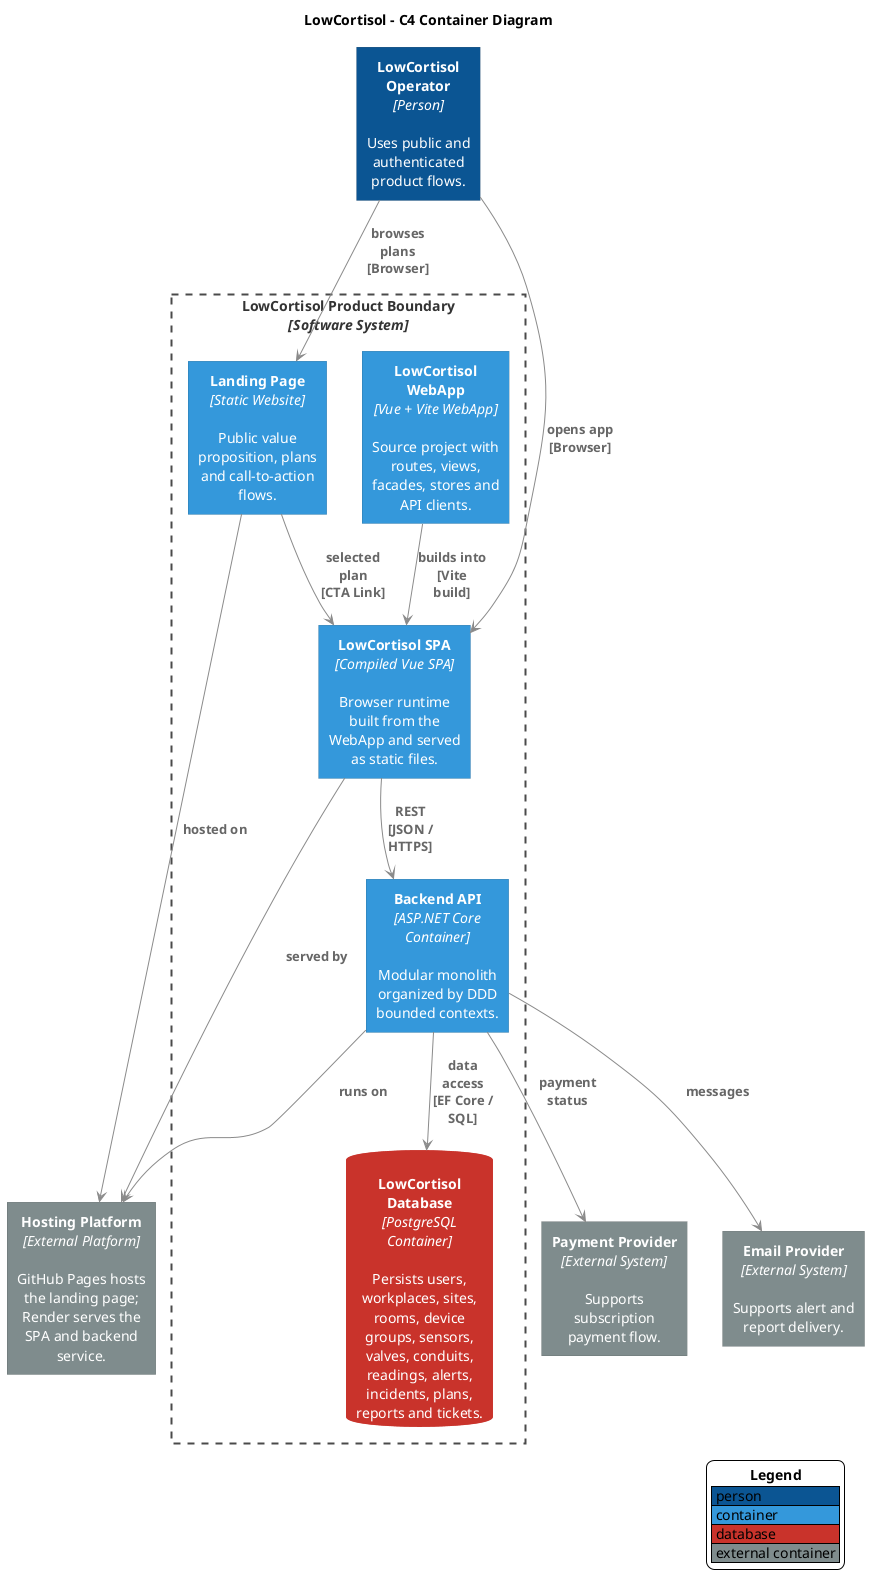
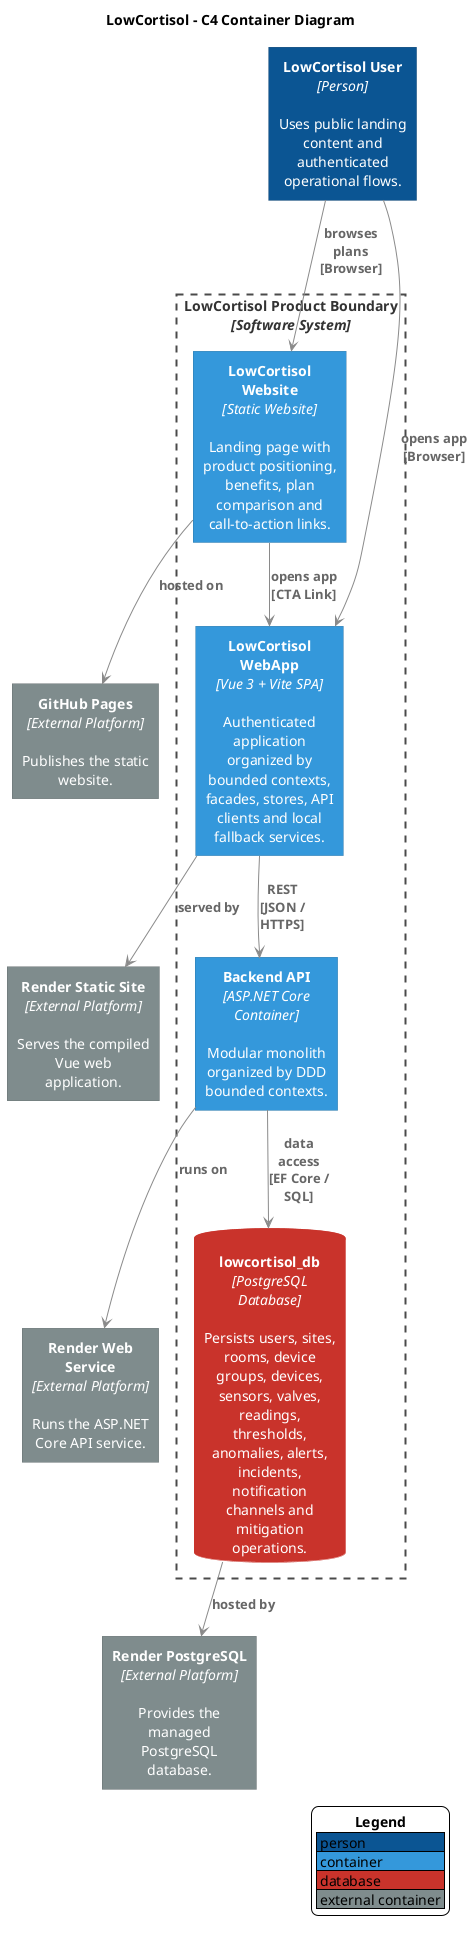
@startuml
skinparam backgroundColor #FFFFFF
skinparam shadowing false
skinparam defaultFontName Arial
skinparam defaultTextAlignment center
skinparam wrapWidth 135
skinparam maxMessageSize 70
skinparam nodesep 35
skinparam ranksep 45
skinparam ArrowColor #8A8A8A
skinparam ArrowFontColor #666666
skinparam ArrowFontStyle bold
skinparam ArrowThickness 1
skinparam rectangleRoundCorner 0
skinparam rectangleBorderThickness 0
skinparam rectangleFontColor #FFFFFF
skinparam rectangleFontStyle plain
skinparam rectangle {
  BorderThickness 0
  MinimumWidth 155
  Padding 8
}
skinparam database {
  MinimumWidth 165
  Padding 8
}
skinparam rectangle<<SystemBoundary>> {
  BackgroundColor transparent
  BorderColor #4A4A4A
  BorderThickness 2
  BorderStyle dashed
  FontColor #333333
  FontStyle bold
  MinimumWidth 640
  Padding 12
}
skinparam databaseBackgroundColor #C9332B
skinparam databaseBorderColor #C9332B
skinparam databaseFontColor #FFFFFF
skinparam databaseFontStyle plain
hide stereotype
top to bottom direction

title LowCortisol - C4 Container Diagram

- rectangle "<b>LowCortisol Operator</b>\n<i>[Person]</i>\n\nUses public and authenticated product flows." as User #0B5593
+ rectangle "<b>LowCortisol User</b>\n<i>[Person]</i>\n\nUses public landing content and authenticated operational flows." as User #0B5593

rectangle "<b>LowCortisol Product Boundary</b>\n<i>[Software System]</i>" <<SystemBoundary>> {
-   rectangle "<b>Landing Page</b>\n<i>[Static Website]</i>\n\nPublic value proposition, plans and call-to-action flows." as Website #3498DB
-   rectangle "<b>LowCortisol WebApp</b>\n<i>[Vue + Vite WebApp]</i>\n\nSource project with routes, views, facades, stores and API clients." as WebApp #3498DB
-   rectangle "<b>LowCortisol SPA</b>\n<i>[Compiled Vue SPA]</i>\n\nBrowser runtime built from the WebApp and served as static files." as Spa #3498DB
+   rectangle "<b>LowCortisol Website</b>\n<i>[Static Website]</i>\n\nLanding page with product positioning, benefits, plan comparison and call-to-action links." as Website #3498DB
+   rectangle "<b>LowCortisol WebApp</b>\n<i>[Vue 3 + Vite SPA]</i>\n\nAuthenticated application organized by bounded contexts, facades, stores, API clients and local fallback services." as Spa #3498DB

  rectangle "<b>Backend API</b>\n<i>[ASP.NET Core Container]</i>\n\nModular monolith organized by DDD bounded contexts." as Api #3498DB
-   database "<b>LowCortisol Database</b>\n<i>[PostgreSQL Container]</i>\n\nPersists users, workplaces, sites, rooms, device groups, sensors, valves, conduits, readings, alerts, incidents, plans, reports and tickets." as Db
+   database "<b>lowcortisol_db</b>\n<i>[PostgreSQL Database]</i>\n\nPersists users, sites, rooms, device groups, devices, sensors, valves, readings, thresholds, anomalies, alerts, incidents, notification channels and mitigation operations." as Db
}

- rectangle "<b>Hosting Platform</b>\n<i>[External Platform]</i>\n\nGitHub Pages hosts the landing page; Render serves the SPA and backend service." as Hosting #7F8C8D
- rectangle "<b>Payment Provider</b>\n<i>[External System]</i>\n\nSupports subscription payment flow." as Payment #7F8C8D
- rectangle "<b>Email Provider</b>\n<i>[External System]</i>\n\nSupports alert and report delivery." as Mail #7F8C8D
+ rectangle "<b>GitHub Pages</b>\n<i>[External Platform]</i>\n\nPublishes the static website." as Pages #7F8C8D
+ rectangle "<b>Render Static Site</b>\n<i>[External Platform]</i>\n\nServes the compiled Vue web application." as RenderStatic #7F8C8D
+ rectangle "<b>Render Web Service</b>\n<i>[External Platform]</i>\n\nRuns the ASP.NET Core API service." as RenderApi #7F8C8D
+ rectangle "<b>Render PostgreSQL</b>\n<i>[External Platform]</i>\n\nProvides the managed PostgreSQL database." as RenderDb #7F8C8D

User --> Website : browses plans\n[Browser]
- Website --> Spa : selected plan\n[CTA Link]
+ Website --> Spa : opens app\n[CTA Link]
User --> Spa : opens app\n[Browser]
- WebApp --> Spa : builds into\n[Vite build]
Spa --> Api : REST\n[JSON / HTTPS]
Api --> Db : data access\n[EF Core / SQL]

- Website --> Hosting : hosted on
- Spa --> Hosting : served by
- Api --> Hosting : runs on
- Api --> Payment : payment status
- Api --> Mail : messages
+ Website --> Pages : hosted on
+ Spa --> RenderStatic : served by
+ Api --> RenderApi : runs on
+ Db --> RenderDb : hosted by

- Website -[hidden]right- WebApp
- WebApp -[hidden]right- Spa
+ Website -[hidden]right- Spa
Spa -[hidden]down- Api
Api -[hidden]right- Db
- Hosting -[hidden]right- Payment
- Payment -[hidden]right- Mail
+ Pages -[hidden]right- RenderStatic
+ RenderStatic -[hidden]right- RenderApi
+ RenderApi -[hidden]right- RenderDb

legend right
  <b>Legend</b>
  |<#0B5593> person |
  |<#3498DB> container |
  |<#C9332B> database |
  |<#7F8C8D> external container |
endlegend

@enduml
